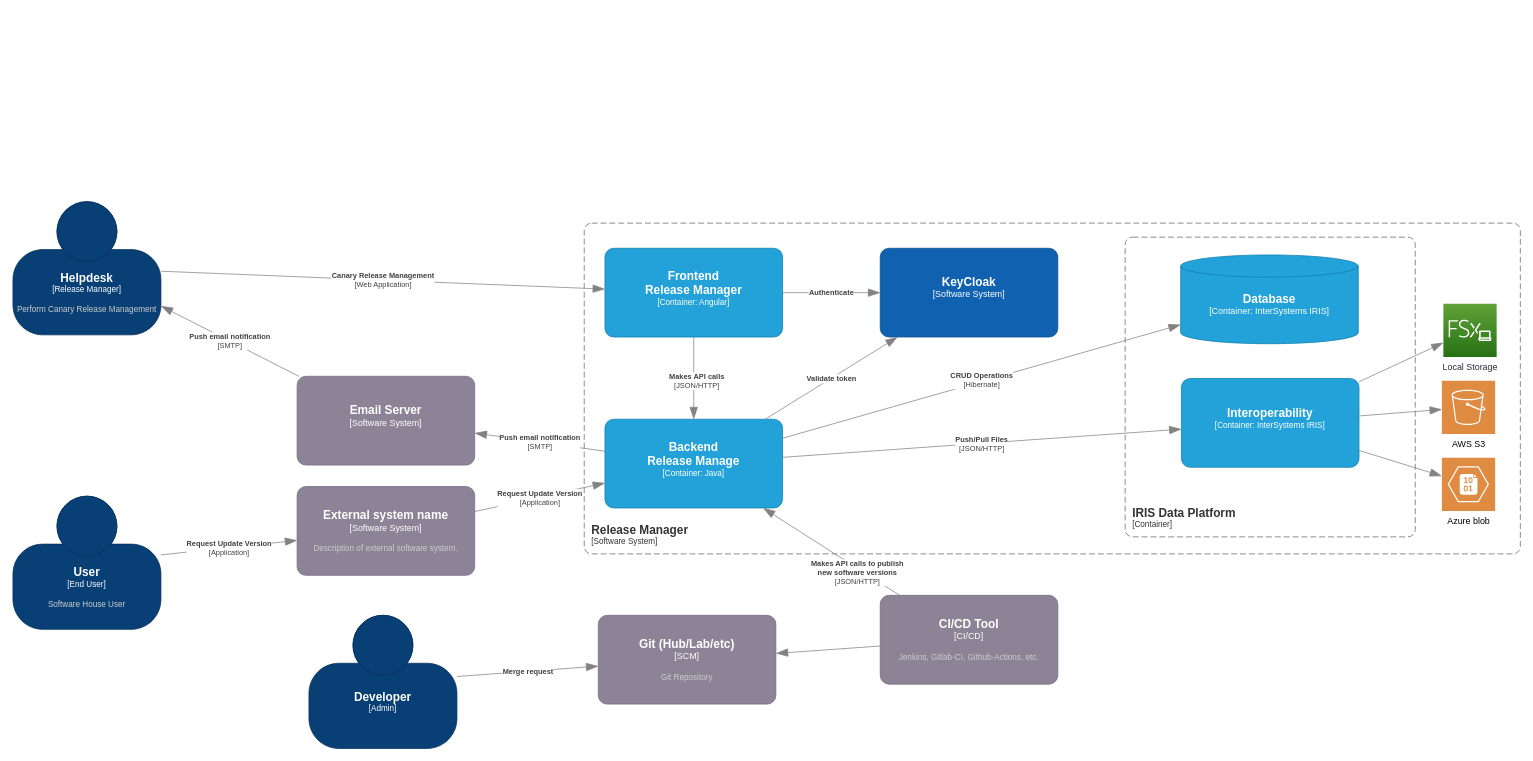
This is page "C4 v2" (1 of 2) of docs/release-manager-c4.drawio from release-manager-2023/concurso-intersystems-2023, a draw.io file, before an edit. Source tidied: cells renumbered, new cells numbered last; positions are measured from the earlier drawing's top-left corner, leaving out a move shared by most shapes. Both pictures are drawn from the tidied source at 74%, with x=0, y=0 at pixel (13, 201). Pictures stored in the file or linked from it are replaced by grey dashed boxes.
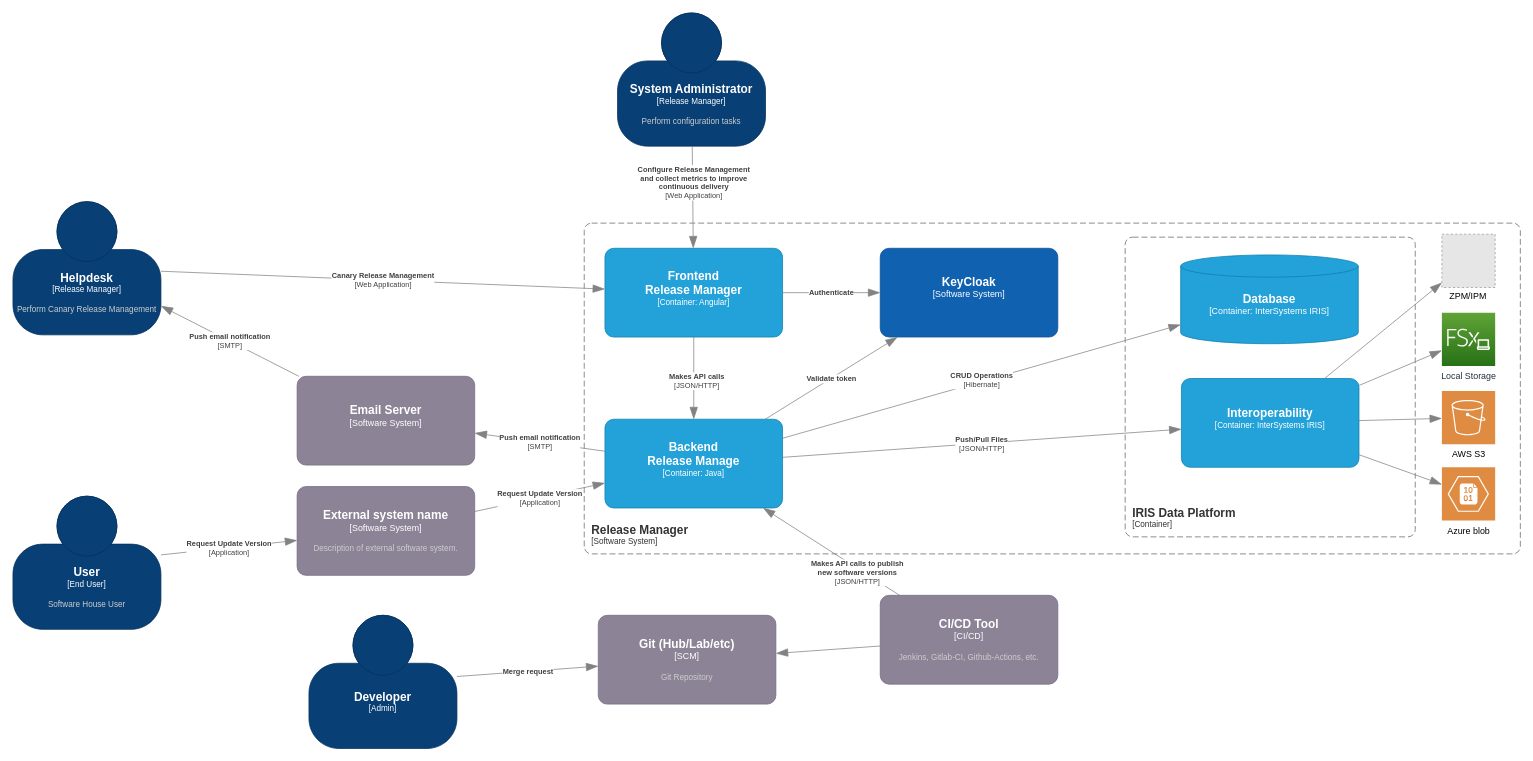
The same diagram, later.

The change refers to these unchanged cells:
```xml
<object id="2" label="&lt;font style=&quot;font-size: 16px&quot;&gt;&lt;b&gt;%c4Name%&lt;/b&gt;&lt;/font&gt;&lt;div&gt;[%c4Type%: %c4Technology%]&lt;/div&gt;&lt;br&gt;&lt;div&gt;&lt;font style=&quot;font-size: 11px&quot;&gt;&lt;font color=&quot;#E6E6E6&quot;&gt;%c4Description%&lt;/font&gt;&lt;/div&gt;" c4Description="" c4Name="Frontend&#10;Release Manager" c4Technology="Angular" c4Type="Container" placeholders="1">
  <mxCell style="rounded=1;whiteSpace=wrap;html=1;fontSize=11;labelBackgroundColor=none;fillColor=#23A2D9;fontColor=#ffffff;align=center;arcSize=10;strokeColor=#0E7DAD;points=[[0.25,0,0],[0.5,0,0],[0.75,0,0],[1,0.25,0],[1,0.5,0],[1,0.75,0],[0.75,1,0],[0.5,1,0],[0.25,1,0],[0,0.75,0],[0,0.5,0],[0,0.25,0]];" parent="1" vertex="1">
    <mxGeometry x="800" y="63" width="240" height="120" as="geometry" />
  </mxCell>
</object>
<object id="17" label="&lt;font style=&quot;font-size: 16px&quot;&gt;&lt;b&gt;%c4Name%&lt;/b&gt;&lt;/font&gt;&lt;div&gt;[%c4Type%: %c4Technology%]&lt;/div&gt;&lt;br&gt;&lt;div&gt;&lt;font style=&quot;font-size: 11px&quot;&gt;&lt;font color=&quot;#E6E6E6&quot;&gt;%c4Description%&lt;/font&gt;&lt;/div&gt;" c4Description="" c4Name="Interoperability" c4Technology="InterSystems IRIS" c4Type="Container" placeholders="1">
  <mxCell style="rounded=1;whiteSpace=wrap;html=1;fontSize=11;labelBackgroundColor=none;fillColor=#23A2D9;fontColor=#ffffff;align=center;arcSize=10;strokeColor=#0E7DAD;points=[[0.25,0,0],[0.5,0,0],[0.75,0,0],[1,0.25,0],[1,0.5,0],[1,0.75,0],[0.75,1,0],[0.5,1,0],[0.25,1,0],[0,0.75,0],[0,0.5,0],[0,0.25,0]];" parent="1" vertex="1">
    <mxGeometry x="1579" y="239" width="240" height="120" as="geometry" />
  </mxCell>
</object>
```

Diff of the diagram source:
```diff
@@
     <mxCell id="13" value="Azure blob" style="sketch=0;shadow=0;dashed=0;html=1;strokeColor=none;fillColor=#DF8C42;labelPosition=center;verticalLabelPosition=bottom;verticalAlign=top;align=center;outlineConnect=0;shape=mxgraph.veeam2.azure_blob;" parent="1" vertex="1">
-      <mxGeometry x="1931" y="346" width="72" height="72" as="geometry" />
+      <mxGeometry x="1931" y="359" width="72" height="72" as="geometry" />
     </mxCell>
     <mxCell id="14" value="AWS S3" style="sketch=0;shadow=0;dashed=0;html=1;strokeColor=none;fillColor=#DF8C42;labelPosition=center;verticalLabelPosition=bottom;verticalAlign=top;align=center;outlineConnect=0;shape=mxgraph.veeam2.aws_s3;" parent="1" vertex="1">
-      <mxGeometry x="1931" y="242" width="72" height="72" as="geometry" />
+      <mxGeometry x="1931" y="256" width="72" height="72" as="geometry" />
     </mxCell>
     <mxCell id="15" value="Local Storage" style="sketch=0;points=[[0,0,0],[0.25,0,0],[0.5,0,0],[0.75,0,0],[1,0,0],[0,1,0],[0.25,1,0],[0.5,1,0],[0.75,1,0],[1,1,0],[0,0.25,0],[0,0.5,0],[0,0.75,0],[1,0.25,0],[1,0.5,0],[1,0.75,0]];outlineConnect=0;fontColor=#232F3E;gradientColor=#60A337;gradientDirection=north;fillColor=#277116;strokeColor=#ffffff;dashed=0;verticalLabelPosition=bottom;verticalAlign=top;align=center;html=1;fontSize=12;fontStyle=0;shape=mxgraph.aws4.resourceIcon;resIcon=mxgraph.aws4.fsx_for_windows_file_server;" parent="1" vertex="1">
-      <mxGeometry x="1933" y="138" width="72" height="72" as="geometry" />
+      <mxGeometry x="1931" y="150" width="72" height="72" as="geometry" />
     </mxCell>
@@
+    <mxCell id="35" value="ZPM/IPM" style="text;html=1;strokeColor=none;fillColor=none;align=center;verticalAlign=middle;whiteSpace=wrap;rounded=0;" parent="1" vertex="1">
+      <mxGeometry x="1931" y="116" width="71" height="23" as="geometry" />
+    </mxCell>
+    <mxCell id="36" style="fillColor=#E6E6E6;strokeColor=#999999;dashed=1;verticalLabelPosition=bottom;verticalAlign=top;" parent="1" vertex="1">
+      <mxGeometry x="1931" y="44" width="72" height="72" as="geometry" />
+    </mxCell>
+    <object id="37" label="&lt;div style=&quot;text-align: left&quot;&gt;&lt;div style=&quot;text-align: center&quot;&gt;&lt;b&gt;%c4Description%&lt;/b&gt;&lt;/div&gt;" c4Description=" " placeholders="1">
+      <mxCell style="endArrow=blockThin;html=1;fontSize=10;fontColor=#404040;strokeWidth=1;endFill=1;strokeColor=#828282;elbow=vertical;endSize=14;startSize=14;jumpStyle=arc;jumpSize=16;rounded=0;" parent="1" edge="1" source="17" target="36">
+        <mxGeometry relative="1" as="geometry" />
+      </mxCell>
+    </object>
+    <object id="38" label="&lt;font style=&quot;font-size: 16px&quot;&gt;&lt;b&gt;%c4Name%&lt;/b&gt;&lt;/font&gt;&lt;div&gt;[%c4Type%]&lt;/div&gt;&lt;br&gt;&lt;div&gt;&lt;font style=&quot;font-size: 11px&quot;&gt;&lt;font color=&quot;#cccccc&quot;&gt;%c4Description%&lt;/font&gt;&lt;/div&gt;" c4Description="Perform configuration tasks" c4Name="System Administrator" c4Type="Release Manager" placeholders="1">
+      <mxCell style="html=1;fontSize=11;dashed=0;whiteSpace=wrap;fillColor=#083F75;strokeColor=#06315C;fontColor=#ffffff;shape=mxgraph.c4.person2;align=center;points=[[0.5,0,0],[1,0.5,0],[1,0.75,0],[0.75,1,0],[0.5,1,0],[0.25,1,0],[0,0.75,0],[0,0.5,0]];" parent="1" vertex="1">
+        <mxGeometry x="817" y="-255" width="200" height="180" as="geometry" />
+      </mxCell>
+    </object>
+    <object id="39" label="&lt;div style=&quot;text-align: left&quot;&gt;&lt;div style=&quot;text-align: center&quot;&gt;&lt;b&gt;%c4Description%&lt;/b&gt;&lt;/div&gt;&lt;div style=&quot;text-align: center&quot;&gt;[%c4Technology%]&lt;/div&gt;&lt;/div&gt;" c4Description="Configure Release Management&#10;and collect metrics to improve&#10;continuous delivery" c4Technology="Web Application" placeholders="1">
+      <mxCell style="endArrow=blockThin;html=1;fontSize=10;fontColor=#404040;strokeWidth=1;endFill=1;strokeColor=#828282;elbow=vertical;endSize=14;startSize=14;jumpStyle=arc;jumpSize=16;rounded=0;" parent="1" edge="1" source="38" target="2">
+        <mxGeometry x="-0.28" y="2" relative="1" as="geometry">
+          <mxPoint y="-1" as="offset" />
+        </mxGeometry>
+      </mxCell>
+    </object>
```
